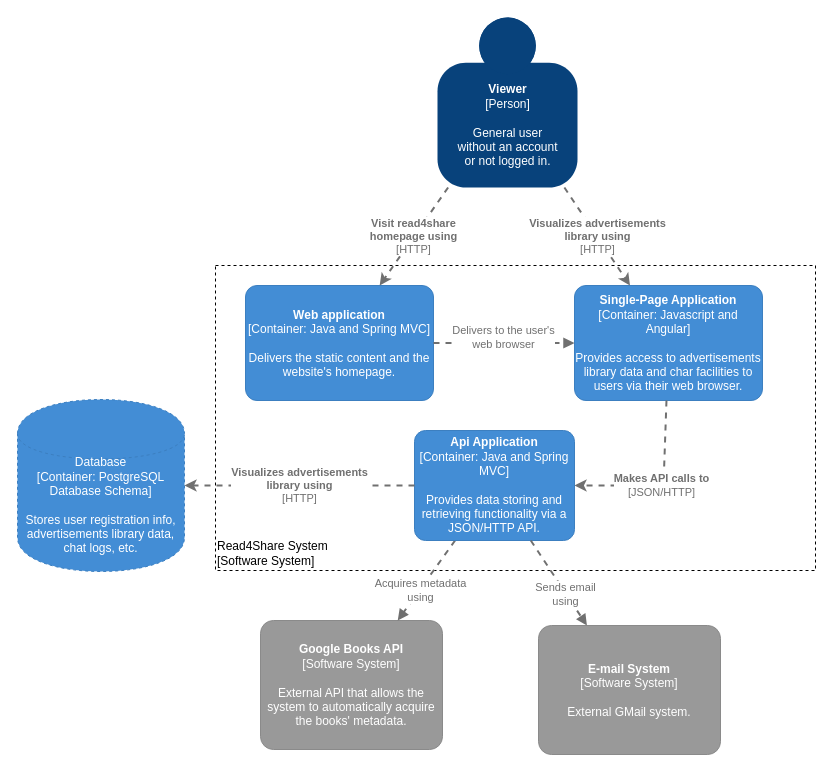
Earlier version of the draw.io diagram page "C2" (2 of 3) of docs/C4_diag.drawio (IlPalazz/read4share). Source tidied: cells renumbered, new cells numbered last; positions are measured from the earlier drawing's top-left corner, leaving out a move shared by most shapes. Both pictures are drawn from the tidied source at 100%, with x=0, y=0 at pixel (17, 17).
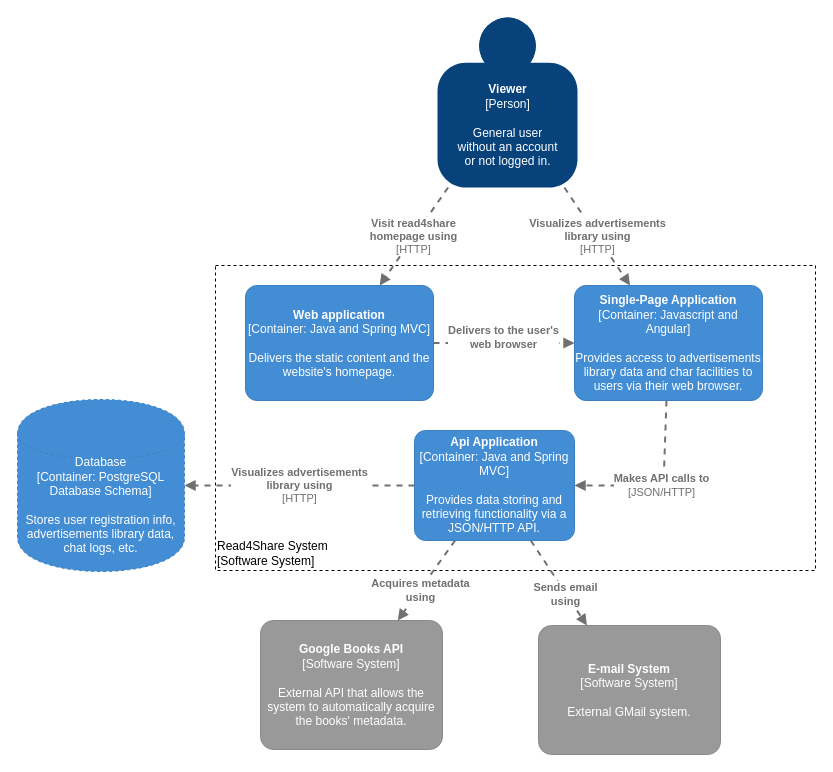
Above is the later version.

Unchanged cells that the change refers to:
```xml
<object id="3" label="&lt;b&gt;%c4Name%&lt;/b&gt;&lt;div&gt;[%c4Type%]&lt;/div&gt;&lt;br&gt;&lt;div&gt;%c4Description%&lt;/div&gt;" c4Description="General user &#10;without an account &#10;or not logged in." c4Name="Viewer" c4Type="Person" placeholders="1">
  <mxCell style="html=1;dashed=0;whitespace=wrap;fillColor=#08427b;strokeColor=none;fontColor=#ffffff;shape=mxgraph.c4.person;align=center;points=[[0.5,0,0],[1,0.5,0],[1,0.75,0],[0.75,1,0],[0.5,1,0],[0.25,1,0],[0,0.75,0],[0,0.5,0]];metaData={&quot;c4Type&quot;:{&quot;editable&quot;:false}};" parent="1" vertex="1">
    <mxGeometry x="420" width="140" height="170" as="geometry" />
  </mxCell>
</object>
<mxCell id="5" style="endArrow=block;html=1;rounded=0;strokeWidth=2;strokeColor=#707070;dashed=1;fontColor=#707070;endFill=1;" parent="1" edge="1" source="14" target="4">
  <mxGeometry relative="1" as="geometry" />
</mxCell>
<object id="7" label="&lt;b&gt;%c4Name%&lt;/b&gt;&lt;div&gt;[%c4Type%: %c4Technology%]&lt;/div&gt;&lt;br&gt;&lt;div&gt;%c4Description%&lt;/div&gt;" c4Description="Delivers the static content and the website's homepage." c4Name="Web application" c4Technology="Java and Spring MVC" c4Type="Container" placeholders="1">
  <mxCell style="rounded=1;whiteSpace=wrap;html=1;labelBackgroundColor=none;fillColor=#438DD5;fontColor=#ffffff;align=center;arcSize=10;strokeColor=#3C7FC0;metaData={&quot;c4Type&quot;:{&quot;editable&quot;:false}};points=[[0.25,0,0],[0.5,0,0],[0.75,0,0],[1,0.25,0],[1,0.5,0],[1,0.75,0],[0.75,1,0],[0.5,1,0],[0.25,1,0],[0,0.75,0],[0,0.5,0],[0,0.25,0]];" parent="1" vertex="1">
    <mxGeometry x="228" y="268" width="188" height="115" as="geometry" />
  </mxCell>
</object>
<object id="8" label="&lt;b&gt;%c4Name%&lt;/b&gt;&lt;div&gt;[%c4Type%: %c4Technology%]&lt;/div&gt;&lt;br&gt;&lt;div&gt;%c4Description%&lt;/div&gt;" c4Description="Provides access to advertisements library data and char facilities to users via their web browser." c4Name="Single-Page Application" c4Technology="Javascript and Angular" c4Type="Container" placeholders="1">
  <mxCell style="rounded=1;whiteSpace=wrap;html=1;labelBackgroundColor=none;fillColor=#438DD5;fontColor=#ffffff;align=center;arcSize=10;strokeColor=#3C7FC0;metaData={&quot;c4Type&quot;:{&quot;editable&quot;:false}};points=[[0.25,0,0],[0.5,0,0],[0.75,0,0],[1,0.25,0],[1,0.5,0],[1,0.75,0],[0.75,1,0],[0.5,1,0],[0.25,1,0],[0,0.75,0],[0,0.5,0],[0,0.25,0]];" parent="1" vertex="1">
    <mxGeometry x="557" y="268" width="188" height="115" as="geometry" />
  </mxCell>
</object>
<mxCell id="9" style="endArrow=block;html=1;rounded=0;strokeWidth=2;strokeColor=#707070;dashed=1;fontColor=#707070;endFill=1;" parent="1" edge="1" source="7" target="8">
  <mxGeometry relative="1" as="geometry" />
</mxCell>
<object id="14" label="&lt;b&gt;%c4Name%&lt;/b&gt;&lt;div&gt;[%c4Type%: %c4Technology%]&lt;/div&gt;&lt;br&gt;&lt;div&gt;%c4Description%&lt;/div&gt;" c4Description="Provides data storing and retrieving functionality via a JSON/HTTP API." c4Name="Api Application" c4Technology="Java and Spring MVC" c4Type="Container" placeholders="1">
  <mxCell style="rounded=1;whiteSpace=wrap;html=1;labelBackgroundColor=none;fillColor=#438DD5;fontColor=#ffffff;align=center;arcSize=10;strokeColor=#3C7FC0;metaData={&quot;c4Type&quot;:{&quot;editable&quot;:false}};points=[[0.25,0,0],[0.5,0,0],[0.75,0,0],[1,0.25,0],[1,0.5,0],[1,0.75,0],[0.75,1,0],[0.5,1,0],[0.25,1,0],[0,0.75,0],[0,0.5,0],[0,0.25,0]];" parent="1" vertex="1">
    <mxGeometry x="397" y="413" width="160" height="110" as="geometry" />
  </mxCell>
</object>
<mxCell id="16" style="endArrow=block;html=1;rounded=0;strokeWidth=2;strokeColor=#707070;dashed=1;fontColor=#707070;endFill=1;" parent="1" edge="1" source="14" target="15">
  <mxGeometry relative="1" as="geometry" />
</mxCell>
<object id="18" label="%c4Type%&lt;div&gt;[Container:&amp;nbsp;%c4Technology%]&lt;/div&gt;&lt;br&gt;&lt;div&gt;%c4Description%&lt;/div&gt;" c4Description="Stores user registration info, advertisements library data, chat logs, etc." c4Technology="PostgreSQL Database Schema" c4Type="Database" placeholders="1">
  <mxCell style="shape=cylinder;whiteSpace=wrap;html=1;boundedLbl=1;rounded=0;labelBackgroundColor=none;fillColor=#438DD5;fontSize=12;fontColor=#ffffff;align=center;strokeColor=#3C7FC0;points=[[0.5,0,0],[1,0.25,0],[1,0.5,0],[1,0.75,0],[0.5,1,0],[0,0.75,0],[0,0.5,0],[0,0.25,0]];metaData={&quot;c4Type&quot;:{&quot;editable&quot;:false}};dashed=1;" parent="1" vertex="1">
    <mxGeometry y="382" width="167" height="172" as="geometry" />
  </mxCell>
</object>
```

Change to the diagram source:
```diff
@@
-    <mxCell id="6" value="Acquires metadata&lt;br&gt;using" style="edgeLabel;html=1;align=center;verticalAlign=middle;fontColor=#707070;" parent="5" vertex="1">
+    <mxCell id="6" value="Acquires metadata&lt;br&gt;using" style="edgeLabel;html=1;align=center;verticalAlign=middle;fontColor=#707070;fontStyle=1;" parent="5" vertex="1">
       <mxGeometry x="0.18" y="-2" relative="1" as="geometry">
         <mxPoint y="4" as="offset" />
       </mxGeometry>
     </mxCell>
@@
-    <mxCell id="10" value="Delivers to the user's &lt;br&gt;web browser" style="edgeLabel;html=1;align=center;verticalAlign=middle;fontColor=#707070;" parent="9" vertex="1">
+    <mxCell id="10" value="Delivers to the user's &lt;br&gt;web browser" style="edgeLabel;html=1;align=center;verticalAlign=middle;fontColor=#707070;fontStyle=1;" parent="9" vertex="1">
       <mxGeometry x="0.18" y="-2" relative="1" as="geometry">
         <mxPoint x="-14" y="-8" as="offset" />
       </mxGeometry>
     </mxCell>
     <object id="11" label="&lt;div style=&quot;text-align: left&quot;&gt;&lt;div style=&quot;text-align: center&quot;&gt;&lt;b&gt;%c4Description%&lt;/b&gt;&lt;/div&gt;&lt;div style=&quot;text-align: center&quot;&gt;[%c4Technology%]&lt;/div&gt;&lt;/div&gt;" c4Description="Visit read4share&#10;homepage using" c4Technology="HTTP" placeholders="1">
-      <mxCell style="edgeStyle=none;rounded=0;html=1;jettySize=auto;strokeColor=#707070;strokeWidth=2;fontColor=#707070;jumpStyle=none;dashed=1;metaData={&quot;c4Type&quot;:{&quot;editable&quot;:false}};" parent="1" edge="1" source="3" target="7">
+      <mxCell style="edgeStyle=none;rounded=0;html=1;jettySize=auto;strokeColor=#707070;strokeWidth=2;fontColor=#707070;jumpStyle=none;dashed=1;metaData={&quot;c4Type&quot;:{&quot;editable&quot;:false}};endArrow=block;endFill=1;" parent="1" edge="1" source="3" target="7">
         <mxGeometry relative="1" as="geometry" />
       </mxCell>
     </object>
     <object id="12" label="&lt;div style=&quot;text-align: left&quot;&gt;&lt;div style=&quot;text-align: center&quot;&gt;&lt;b&gt;%c4Description%&lt;/b&gt;&lt;/div&gt;&lt;div style=&quot;text-align: center&quot;&gt;[%c4Technology%]&lt;/div&gt;&lt;/div&gt;" c4Description="Visualizes advertisements&#10;library using" c4Technology="HTTP" placeholders="1">
-      <mxCell style="edgeStyle=none;rounded=0;html=1;jettySize=auto;strokeColor=#707070;strokeWidth=2;fontColor=#707070;jumpStyle=none;dashed=1;metaData={&quot;c4Type&quot;:{&quot;editable&quot;:false}};" parent="1" edge="1" source="3" target="8">
+      <mxCell style="edgeStyle=none;rounded=0;html=1;jettySize=auto;strokeColor=#707070;strokeWidth=2;fontColor=#707070;jumpStyle=none;dashed=1;metaData={&quot;c4Type&quot;:{&quot;editable&quot;:false}};endArrow=block;endFill=1;" parent="1" edge="1" source="3" target="8">
         <mxGeometry relative="1" as="geometry" />
       </mxCell>
     </object>
     <object id="13" label="&lt;div style=&quot;text-align: left&quot;&gt;&lt;div style=&quot;text-align: center&quot;&gt;&lt;b&gt;%c4Description%&lt;/b&gt;&lt;/div&gt;&lt;div style=&quot;text-align: center&quot;&gt;[%c4Technology%]&lt;/div&gt;&lt;/div&gt;" c4Description="Makes API calls to" c4Technology="JSON/HTTP" placeholders="1">
-      <mxCell style="edgeStyle=none;rounded=0;html=1;jettySize=auto;strokeColor=#707070;strokeWidth=2;fontColor=#707070;jumpStyle=none;dashed=1;metaData={&quot;c4Type&quot;:{&quot;editable&quot;:false}};" parent="1" edge="1" source="8" target="14">
+      <mxCell style="edgeStyle=none;rounded=0;html=1;jettySize=auto;strokeColor=#707070;strokeWidth=2;fontColor=#707070;jumpStyle=none;dashed=1;metaData={&quot;c4Type&quot;:{&quot;editable&quot;:false}};endArrow=block;endFill=1;" parent="1" edge="1" source="8" target="14">
         <mxGeometry relative="1" as="geometry">
           <Array as="points">
             <mxPoint x="646" y="468" />
           </Array>
         </mxGeometry>
       </mxCell>
     </object>
@@
-    <mxCell id="17" value="Sends email&lt;br&gt;using" style="edgeLabel;html=1;align=center;verticalAlign=middle;fontColor=#707070;" parent="16" vertex="1">
+    <mxCell id="17" value="Sends email&lt;br&gt;using" style="edgeLabel;html=1;align=center;verticalAlign=middle;fontColor=#707070;fontStyle=1;" parent="16" vertex="1">
       <mxGeometry x="0.18" y="-2" relative="1" as="geometry">
         <mxPoint x="3" y="2" as="offset" />
       </mxGeometry>
     </mxCell>
@@
     <object id="19" label="&lt;div style=&quot;text-align: left&quot;&gt;&lt;div style=&quot;text-align: center&quot;&gt;&lt;b&gt;%c4Description%&lt;/b&gt;&lt;/div&gt;&lt;div style=&quot;text-align: center&quot;&gt;[%c4Technology%]&lt;/div&gt;&lt;/div&gt;" c4Description="Visualizes advertisements&#10;library using" c4Technology="HTTP" placeholders="1">
-      <mxCell style="edgeStyle=none;rounded=0;html=1;jettySize=auto;strokeColor=#707070;strokeWidth=2;fontColor=#707070;jumpStyle=none;dashed=1;metaData={&quot;c4Type&quot;:{&quot;editable&quot;:false}};" parent="1" edge="1" source="14" target="18">
+      <mxCell style="edgeStyle=none;rounded=0;html=1;jettySize=auto;strokeColor=#707070;strokeWidth=2;fontColor=#707070;jumpStyle=none;dashed=1;metaData={&quot;c4Type&quot;:{&quot;editable&quot;:false}};endArrow=block;endFill=1;" parent="1" edge="1" source="14" target="18">
         <mxGeometry relative="1" as="geometry" />
       </mxCell>
     </object>
```
